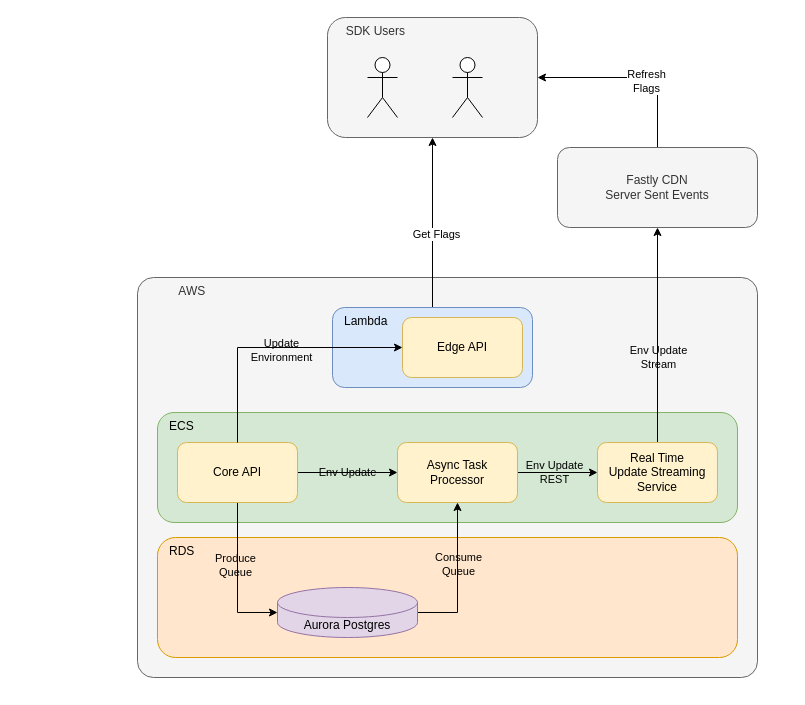
Before: page "Page-2" (2 of 2) of docs/diagrams/Architecture.drawio in Flagsmith/flagsmith-docs, a draw.io diagram. Source tidied: cells renumbered, new cells numbered last; positions are measured from the earlier drawing's top-left corner, leaving out a move shared by most shapes. Both pictures are drawn from the tidied source at 100%, with x=0, y=0 at pixel (137, 17).
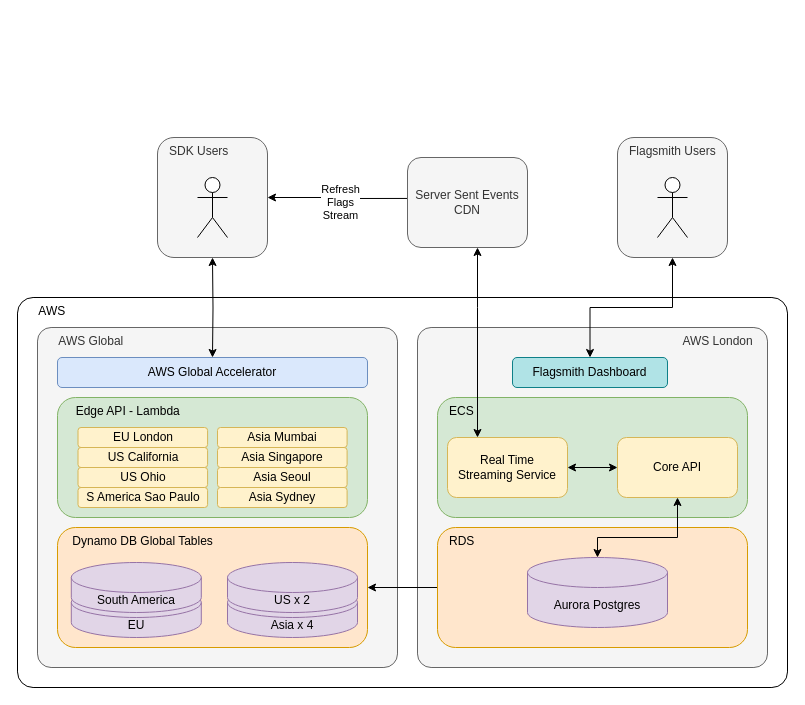
After the change.

Commit message:
New arch diagram

Diff of the diagram source:
```diff
@@
-    <mxCell id="2" value="&amp;nbsp; &amp;nbsp; &amp;nbsp; &amp;nbsp; &amp;nbsp; &amp;nbsp; AWS" style="rounded=1;whiteSpace=wrap;html=1;align=left;verticalAlign=top;glass=0;sketch=0;arcSize=4;fillColor=#f5f5f5;fontColor=#333333;strokeColor=#666666;" parent="1" vertex="1">
-      <mxGeometry y="260" width="620" height="400" as="geometry" />
+    <mxCell id="2" value="&amp;nbsp; &amp;nbsp; &amp;nbsp; AWS" style="rounded=1;whiteSpace=wrap;html=1;align=left;verticalAlign=top;glass=0;sketch=0;arcSize=4;" parent="1" vertex="1">
+      <mxGeometry x="-120" y="280" width="770" height="390" as="geometry" />
     </mxCell>
+    <mxCell id="32" value="&amp;nbsp; &amp;nbsp; &amp;nbsp; AWS Global" style="rounded=1;whiteSpace=wrap;html=1;align=left;verticalAlign=top;glass=0;sketch=0;arcSize=4;fillColor=#f5f5f5;fontColor=#333333;strokeColor=#666666;" parent="1" vertex="1">
+      <mxGeometry x="-100" y="310" width="360" height="340" as="geometry" />
+    </mxCell>
+    <mxCell id="33" value="&amp;nbsp; &amp;nbsp; &amp;nbsp; &amp;nbsp; &amp;nbsp; &amp;nbsp; &amp;nbsp; &amp;nbsp; &amp;nbsp; &amp;nbsp; &amp;nbsp; &amp;nbsp; &amp;nbsp; &amp;nbsp; &amp;nbsp; &amp;nbsp; &amp;nbsp; &amp;nbsp; &amp;nbsp; &amp;nbsp; &amp;nbsp; &amp;nbsp; &amp;nbsp; &amp;nbsp; &amp;nbsp; &amp;nbsp; &amp;nbsp; &amp;nbsp; &amp;nbsp; &amp;nbsp; &amp;nbsp; &amp;nbsp; &amp;nbsp; &amp;nbsp; &amp;nbsp; &amp;nbsp; &amp;nbsp; &amp;nbsp; &amp;nbsp; &amp;nbsp;AWS London" style="rounded=1;whiteSpace=wrap;html=1;align=left;verticalAlign=top;glass=0;sketch=0;arcSize=4;fillColor=#f5f5f5;fontColor=#333333;strokeColor=#666666;" parent="1" vertex="1">
+      <mxGeometry x="280" y="310" width="350" height="340" as="geometry" />
+    </mxCell>
     <mxCell id="3" value="&amp;nbsp; &amp;nbsp;ECS" style="rounded=1;whiteSpace=wrap;html=1;align=left;verticalAlign=top;fillColor=#d5e8d4;strokeColor=#82b366;" parent="1" vertex="1">
-      <mxGeometry x="20" y="395" width="580" height="110" as="geometry" />
+      <mxGeometry x="300" y="380" width="310" height="120" as="geometry" />
     </mxCell>
-    <mxCell id="4" value="Env Update" style="edgeStyle=orthogonalEdgeStyle;rounded=0;jettySize=auto;html=1;entryX=0;entryY=0.5;entryDx=0;entryDy=0;labelBackgroundColor=none;" parent="1" edge="1" source="8" target="13">
-      <mxGeometry relative="1" as="geometry" />
-    </mxCell>
+    <mxCell id="34" style="edgeStyle=orthogonalEdgeStyle;rounded=0;jettySize=auto;html=1;exitX=0;exitY=0.5;exitDx=0;exitDy=0;entryX=1;entryY=0.5;entryDx=0;entryDy=0;startArrow=none;startFill=0;endArrow=classic;endFill=1;" parent="1" edge="1" source="5" target="36">
+      <mxGeometry relative="1" as="geometry" />
+    </mxCell>
     <mxCell id="5" value="&amp;nbsp; &amp;nbsp;RDS" style="rounded=1;whiteSpace=wrap;html=1;align=left;verticalAlign=top;fillColor=#ffe6cc;strokeColor=#d79b00;" parent="1" vertex="1">
-      <mxGeometry x="20" y="520" width="580" height="120" as="geometry" />
+      <mxGeometry x="300" y="510" width="310" height="120" as="geometry" />
     </mxCell>
-    <mxCell id="6" style="edgeStyle=orthogonalEdgeStyle;rounded=0;jettySize=auto;html=1;entryX=0;entryY=0.5;entryDx=0;entryDy=0;entryPerimeter=0;" parent="1" edge="1" source="8" target="17">
-      <mxGeometry relative="1" as="geometry" />
+    <mxCell id="6" style="edgeStyle=orthogonalEdgeStyle;rounded=0;jettySize=auto;html=1;entryX=0.5;entryY=0;entryDx=0;entryDy=0;entryPerimeter=0;exitX=0.5;exitY=1;exitDx=0;exitDy=0;startArrow=classic;startFill=1;" parent="1" edge="1" source="8" target="17">
+      <mxGeometry relative="1" as="geometry">
+        <Array as="points">
+          <mxPoint x="540" y="520" />
+          <mxPoint x="460" y="520" />
+        </Array>
+      </mxGeometry>
     </mxCell>
-    <mxCell id="7" value="Produce&lt;br&gt;Queue" style="edgeLabel;html=1;align=center;verticalAlign=middle;labelBackgroundColor=none;" parent="6" vertex="1">
-      <mxGeometry x="-0.17" y="-3" relative="1" as="geometry" />
-    </mxCell>
-    <mxCell id="8" value="Core API" style="rounded=1;whiteSpace=wrap;html=1;fillColor=#fff2cc;strokeColor=#d6b656;" parent="1" vertex="1">
-      <mxGeometry x="40" y="425" width="120" height="60" as="geometry" />
-    </mxCell>
-    <mxCell id="9" style="edgeStyle=orthogonalEdgeStyle;rounded=0;jettySize=auto;html=1;entryX=0;entryY=0.5;entryDx=0;entryDy=0;" parent="1" edge="1" source="13" target="16">
-      <mxGeometry relative="1" as="geometry" />
-    </mxCell>
-    <mxCell id="10" value="Env Update&lt;br&gt;REST" style="edgeLabel;html=1;align=center;verticalAlign=middle;labelBackgroundColor=none;" parent="9" vertex="1">
-      <mxGeometry x="-0.09" y="1" relative="1" as="geometry" />
-    </mxCell>
-    <mxCell id="11" style="edgeStyle=orthogonalEdgeStyle;rounded=0;jettySize=auto;html=1;entryX=1;entryY=0.5;entryDx=0;entryDy=0;entryPerimeter=0;startArrow=classic;startFill=1;endArrow=none;endFill=0;" parent="1" edge="1" source="13" target="17">
-      <mxGeometry relative="1" as="geometry" />
-    </mxCell>
-    <mxCell id="12" value="Consume&lt;br&gt;Queue" style="edgeLabel;html=1;align=center;verticalAlign=middle;labelBackgroundColor=none;" parent="11" vertex="1">
-      <mxGeometry x="-0.19" relative="1" as="geometry" />
-    </mxCell>
-    <mxCell id="13" value="Async Task&lt;br&gt;Processor" style="rounded=1;whiteSpace=wrap;html=1;fillColor=#fff2cc;strokeColor=#d6b656;" parent="1" vertex="1">
-      <mxGeometry x="260" y="425" width="120" height="60" as="geometry" />
-    </mxCell>
-    <mxCell id="14" style="edgeStyle=orthogonalEdgeStyle;rounded=0;jettySize=auto;html=1;" parent="1" edge="1" source="16" target="20">
-      <mxGeometry relative="1" as="geometry" />
+    <mxCell id="14" style="edgeStyle=orthogonalEdgeStyle;rounded=0;jettySize=auto;html=1;startArrow=classic;startFill=1;endArrow=classic;endFill=1;" parent="1" edge="1" source="16" target="20">
+      <mxGeometry relative="1" as="geometry">
+        <Array as="points">
+          <mxPoint x="340" y="290" />
+          <mxPoint x="340" y="290" />
+        </Array>
+      </mxGeometry>
     </mxCell>
-    <mxCell id="15" value="Env Update&lt;br&gt;Stream" style="edgeLabel;html=1;align=center;verticalAlign=middle;labelBackgroundColor=none;" parent="14" vertex="1">
-      <mxGeometry x="-0.2" relative="1" as="geometry" />
-    </mxCell>
-    <mxCell id="16" value="Real Time&lt;br&gt;Update Streaming Service" style="rounded=1;whiteSpace=wrap;html=1;fillColor=#fff2cc;strokeColor=#d6b656;" parent="1" vertex="1">
-      <mxGeometry x="460" y="425" width="120" height="60" as="geometry" />
+    <mxCell id="16" value="Real Time&lt;br&gt;Streaming Service" style="rounded=1;whiteSpace=wrap;html=1;fillColor=#fff2cc;strokeColor=#d6b656;" parent="1" vertex="1">
+      <mxGeometry x="310" y="420" width="120" height="60" as="geometry" />
     </mxCell>
     <mxCell id="17" value="Aurora Postgres" style="shape=cylinder3;whiteSpace=wrap;html=1;boundedLbl=1;backgroundOutline=1;size=15;fillColor=#e1d5e7;strokeColor=#9673a6;" parent="1" vertex="1">
-      <mxGeometry x="140" y="570" width="140" height="50" as="geometry" />
+      <mxGeometry x="390" y="540" width="140" height="70" as="geometry" />
     </mxCell>
-    <mxCell id="18" style="edgeStyle=orthogonalEdgeStyle;rounded=0;jettySize=auto;html=1;entryX=1;entryY=0.5;entryDx=0;entryDy=0;startArrow=none;startFill=0;endArrow=classic;endFill=1;exitX=0.5;exitY=0;exitDx=0;exitDy=0;" parent="1" edge="1" source="20" target="22">
+    <mxCell id="18" style="edgeStyle=orthogonalEdgeStyle;rounded=0;jettySize=auto;html=1;startArrow=none;startFill=0;endArrow=classic;endFill=1;exitX=-0.004;exitY=0.455;exitDx=0;exitDy=0;exitPerimeter=0;" parent="1" edge="1" source="20" target="22">
       <mxGeometry relative="1" as="geometry" />
     </mxCell>
-    <mxCell id="19" value="Refresh&lt;br&gt;Flags" style="edgeLabel;html=1;align=center;verticalAlign=middle;" parent="18" vertex="1">
-      <mxGeometry x="-0.14" y="3" relative="1" as="geometry" />
+    <mxCell id="19" value="Refresh&lt;br&gt;Flags&lt;br&gt;Stream" style="edgeLabel;html=1;align=center;verticalAlign=middle;" parent="18" vertex="1">
+      <mxGeometry x="-0.14" y="3" relative="1" as="geometry">
+        <mxPoint x="-7" y="1" as="offset" />
+      </mxGeometry>
     </mxCell>
-    <mxCell id="20" value="Fastly CDN&lt;br&gt;Server Sent Events" style="rounded=1;whiteSpace=wrap;html=1;align=center;verticalAlign=middle;fillColor=#f5f5f5;fontColor=#333333;strokeColor=#666666;" parent="1" vertex="1">
-      <mxGeometry x="420" y="130" width="200" height="80" as="geometry" />
+    <mxCell id="20" value="Server Sent Events&lt;br&gt;CDN" style="rounded=1;whiteSpace=wrap;html=1;align=center;verticalAlign=middle;fillColor=#f5f5f5;fontColor=#333333;strokeColor=#666666;" parent="1" vertex="1">
+      <mxGeometry x="270" y="140" width="120" height="90" as="geometry" />
     </mxCell>
-    <mxCell id="21" style="group;" parent="1" vertex="1">
-      <mxGeometry x="190" width="210" height="120" as="geometry" />
-    </mxCell>
+    <mxCell id="35" style="group;" parent="1" vertex="1">
+      <mxGeometry x="-80" y="510" width="310" height="120" as="geometry" />
+    </mxCell>
+    <mxCell id="36" value="&amp;nbsp; &amp;nbsp; Dynamo DB Global Tables" style="rounded=1;whiteSpace=wrap;html=1;align=left;verticalAlign=top;fillColor=#ffe6cc;strokeColor=#d79b00;" parent="35" vertex="1">
+      <mxGeometry width="310" height="120" as="geometry" />
+    </mxCell>
+    <mxCell id="37" value="EU" style="shape=cylinder3;whiteSpace=wrap;html=1;boundedLbl=1;backgroundOutline=1;size=15;fillColor=#e1d5e7;strokeColor=#9673a6;" parent="35" vertex="1">
+      <mxGeometry x="13.8" y="60" width="130" height="50" as="geometry" />
+    </mxCell>
+    <mxCell id="38" value="South America" style="shape=cylinder3;whiteSpace=wrap;html=1;boundedLbl=1;backgroundOutline=1;size=15;fillColor=#e1d5e7;strokeColor=#9673a6;" parent="35" vertex="1">
+      <mxGeometry x="13.8" y="35" width="130" height="50" as="geometry" />
+    </mxCell>
+    <mxCell id="39" value="Asia x 4" style="shape=cylinder3;whiteSpace=wrap;html=1;boundedLbl=1;backgroundOutline=1;size=15;fillColor=#e1d5e7;strokeColor=#9673a6;" parent="35" vertex="1">
+      <mxGeometry x="170" y="60" width="130" height="50" as="geometry" />
+    </mxCell>
+    <mxCell id="40" value="US x 2" style="shape=cylinder3;whiteSpace=wrap;html=1;boundedLbl=1;backgroundOutline=1;size=15;fillColor=#e1d5e7;strokeColor=#9673a6;" parent="35" vertex="1">
+      <mxGeometry x="170" y="35" width="130" height="50" as="geometry" />
+    </mxCell>
+    <mxCell id="41" style="edgeStyle=orthogonalEdgeStyle;rounded=0;jettySize=auto;html=1;startArrow=classic;startFill=1;endArrow=classic;endFill=1;" parent="1" edge="1" target="46">
+      <mxGeometry relative="1" as="geometry">
+        <mxPoint x="75" y="240" as="sourcePoint" />
+      </mxGeometry>
+    </mxCell>
+    <mxCell id="42" value="&amp;nbsp; &amp;nbsp; &amp;nbsp;Edge API - Lambda" style="rounded=1;whiteSpace=wrap;html=1;align=left;verticalAlign=top;fillColor=#d5e8d4;strokeColor=#82b366;sketch=0;glass=0;shadow=0;" parent="1" vertex="1">
+      <mxGeometry x="-80" y="380" width="310" height="120" as="geometry" />
+    </mxCell>
+    <mxCell id="43" value="EU London" style="rounded=1;whiteSpace=wrap;html=1;fillColor=#fff2cc;strokeColor=#d6b656;" parent="1" vertex="1">
+      <mxGeometry x="-59.5" y="410" width="129.6" height="20" as="geometry" />
+    </mxCell>
+    <mxCell id="44" value="US California" style="rounded=1;whiteSpace=wrap;html=1;fillColor=#fff2cc;strokeColor=#d6b656;" parent="1" vertex="1">
+      <mxGeometry x="-59.5" y="430" width="129.6" height="20" as="geometry" />
+    </mxCell>
+    <mxCell id="45" value="Asia Mumbai" style="rounded=1;whiteSpace=wrap;html=1;fillColor=#fff2cc;strokeColor=#d6b656;" parent="1" vertex="1">
+      <mxGeometry x="80" y="410" width="129.6" height="20" as="geometry" />
+    </mxCell>
+    <mxCell id="46" value="AWS Global Accelerator" style="rounded=1;whiteSpace=wrap;html=1;align=center;verticalAlign=middle;fillColor=#dae8fc;strokeColor=#6c8ebf;" parent="1" vertex="1">
+      <mxGeometry x="-80" y="340" width="310" height="30" as="geometry" />
+    </mxCell>
+    <mxCell id="47" value="Flagsmith Dashboard" style="rounded=1;whiteSpace=wrap;html=1;align=center;verticalAlign=middle;fillColor=#b0e3e6;strokeColor=#0e8088;" parent="1" vertex="1">
+      <mxGeometry x="375" y="340" width="155" height="30" as="geometry" />
+    </mxCell>
+    <mxCell id="48" value="US Ohio" style="rounded=1;whiteSpace=wrap;html=1;fillColor=#fff2cc;strokeColor=#d6b656;" parent="1" vertex="1">
+      <mxGeometry x="-59.5" y="450" width="129.6" height="20" as="geometry" />
+    </mxCell>
+    <mxCell id="49" value="S America Sao Paulo" style="rounded=1;whiteSpace=wrap;html=1;fillColor=#fff2cc;strokeColor=#d6b656;" parent="1" vertex="1">
+      <mxGeometry x="-59.5" y="470" width="129.6" height="20" as="geometry" />
+    </mxCell>
+    <mxCell id="50" value="Asia Singapore" style="rounded=1;whiteSpace=wrap;html=1;fillColor=#fff2cc;strokeColor=#d6b656;" parent="1" vertex="1">
+      <mxGeometry x="80" y="430" width="129.6" height="20" as="geometry" />
+    </mxCell>
+    <mxCell id="51" value="Asia Seoul" style="rounded=1;whiteSpace=wrap;html=1;fillColor=#fff2cc;strokeColor=#d6b656;" parent="1" vertex="1">
+      <mxGeometry x="80" y="450" width="129.6" height="20" as="geometry" />
+    </mxCell>
+    <mxCell id="52" value="Asia Sydney" style="rounded=1;whiteSpace=wrap;html=1;fillColor=#fff2cc;strokeColor=#d6b656;" parent="1" vertex="1">
+      <mxGeometry x="80" y="470" width="129.6" height="20" as="geometry" />
+    </mxCell>
+    <mxCell id="53" style="edgeStyle=orthogonalEdgeStyle;rounded=0;jettySize=auto;html=1;exitX=0;exitY=0.5;exitDx=0;exitDy=0;entryX=1;entryY=0.5;entryDx=0;entryDy=0;startArrow=classic;startFill=1;endArrow=classic;endFill=1;" parent="1" edge="1" source="8" target="16">
+      <mxGeometry relative="1" as="geometry" />
+    </mxCell>
+    <mxCell id="8" value="Core API" style="rounded=1;whiteSpace=wrap;html=1;fillColor=#fff2cc;strokeColor=#d6b656;" parent="1" vertex="1">
+      <mxGeometry x="480" y="420" width="120" height="60" as="geometry" />
+    </mxCell>
+    <mxCell id="54" style="group;" parent="1" vertex="1">
+      <mxGeometry x="480" y="120" width="110" height="120" as="geometry" />
+    </mxCell>
+    <mxCell id="55" value="&amp;nbsp; &amp;nbsp;Flagsmith Users" style="rounded=1;whiteSpace=wrap;html=1;align=left;verticalAlign=top;fillColor=#f5f5f5;fontColor=#333333;strokeColor=#666666;" parent="54" vertex="1">
+      <mxGeometry width="110" height="120" as="geometry" />
+    </mxCell>
+    <mxCell id="56" style="shape=umlActor;verticalLabelPosition=bottom;verticalAlign=top;html=1;" parent="54" vertex="1">
+      <mxGeometry x="40" y="40" width="30" height="60" as="geometry" />
+    </mxCell>
+    <mxCell id="57" style="group;" parent="1" vertex="1">
+      <mxGeometry x="20" y="120" width="110" height="120" as="geometry" />
+    </mxCell>
-    <mxCell id="22" value="&amp;nbsp; &amp;nbsp; &amp;nbsp;SDK Users" style="rounded=1;whiteSpace=wrap;html=1;align=left;verticalAlign=top;fillColor=#f5f5f5;fontColor=#333333;strokeColor=#666666;" parent="21" vertex="1">
-      <mxGeometry width="210" height="120" as="geometry" />
+    <mxCell id="22" value="&amp;nbsp; &amp;nbsp;SDK Users" style="rounded=1;whiteSpace=wrap;html=1;align=left;verticalAlign=top;fillColor=#f5f5f5;fontColor=#333333;strokeColor=#666666;" parent="57" vertex="1">
+      <mxGeometry width="110" height="120" as="geometry" />
     </mxCell>
-    <mxCell id="23" style="shape=umlActor;verticalLabelPosition=bottom;verticalAlign=top;html=1;" parent="21" vertex="1">
-      <mxGeometry x="40" y="40" width="30" height="60" as="geometry" />
-    </mxCell>
-    <mxCell id="24" style="shape=umlActor;verticalLabelPosition=bottom;verticalAlign=top;html=1;" parent="21" vertex="1">
-      <mxGeometry x="125" y="40" width="30" height="60" as="geometry" />
-    </mxCell>
-    <mxCell id="25" style="edgeStyle=orthogonalEdgeStyle;rounded=0;jettySize=auto;html=1;startArrow=classic;startFill=1;endArrow=none;endFill=0;" parent="1" edge="1" source="22" target="28">
-      <mxGeometry relative="1" as="geometry" />
-    </mxCell>
-    <mxCell id="26" value="Get Flags" style="edgeLabel;html=1;align=center;verticalAlign=middle;" parent="25" vertex="1">
-      <mxGeometry x="0.13" y="3" relative="1" as="geometry" />
-    </mxCell>
-    <mxCell id="27" style="group;" parent="1" vertex="1">
-      <mxGeometry x="195" y="290" width="200" height="80" as="geometry" />
-    </mxCell>
-    <mxCell id="28" value="&amp;nbsp; &amp;nbsp;Lambda" style="rounded=1;whiteSpace=wrap;html=1;align=left;verticalAlign=top;fillColor=#dae8fc;strokeColor=#6c8ebf;" parent="27" vertex="1">
-      <mxGeometry width="200" height="80" as="geometry" />
-    </mxCell>
-    <mxCell id="29" value="Edge API" style="rounded=1;whiteSpace=wrap;html=1;fillColor=#fff2cc;strokeColor=#d6b656;" parent="27" vertex="1">
-      <mxGeometry x="70" y="10" width="120" height="60" as="geometry" />
-    </mxCell>
-    <mxCell id="30" style="edgeStyle=orthogonalEdgeStyle;rounded=0;jettySize=auto;html=1;entryX=0.5;entryY=0;entryDx=0;entryDy=0;startArrow=classic;startFill=1;endArrow=none;endFill=0;" parent="1" edge="1" source="29" target="8">
-      <mxGeometry relative="1" as="geometry" />
-    </mxCell>
-    <mxCell id="31" value="Update &lt;br&gt;Environment" style="edgeLabel;html=1;align=center;verticalAlign=middle;labelBackgroundColor=none;" parent="30" vertex="1">
-      <mxGeometry x="-0.06" y="2" relative="1" as="geometry" />
-    </mxCell>
+    <mxCell id="58" style="shape=umlActor;verticalLabelPosition=bottom;verticalAlign=top;html=1;" parent="57" vertex="1">
+      <mxGeometry x="40" y="40" width="30" height="60" as="geometry" />
+    </mxCell>
+    <mxCell id="59" style="edgeStyle=orthogonalEdgeStyle;rounded=0;jettySize=auto;html=1;startArrow=classic;startFill=1;endArrow=classic;endFill=1;" parent="1" edge="1" source="55" target="47">
+      <mxGeometry relative="1" as="geometry" />
+    </mxCell>
```
